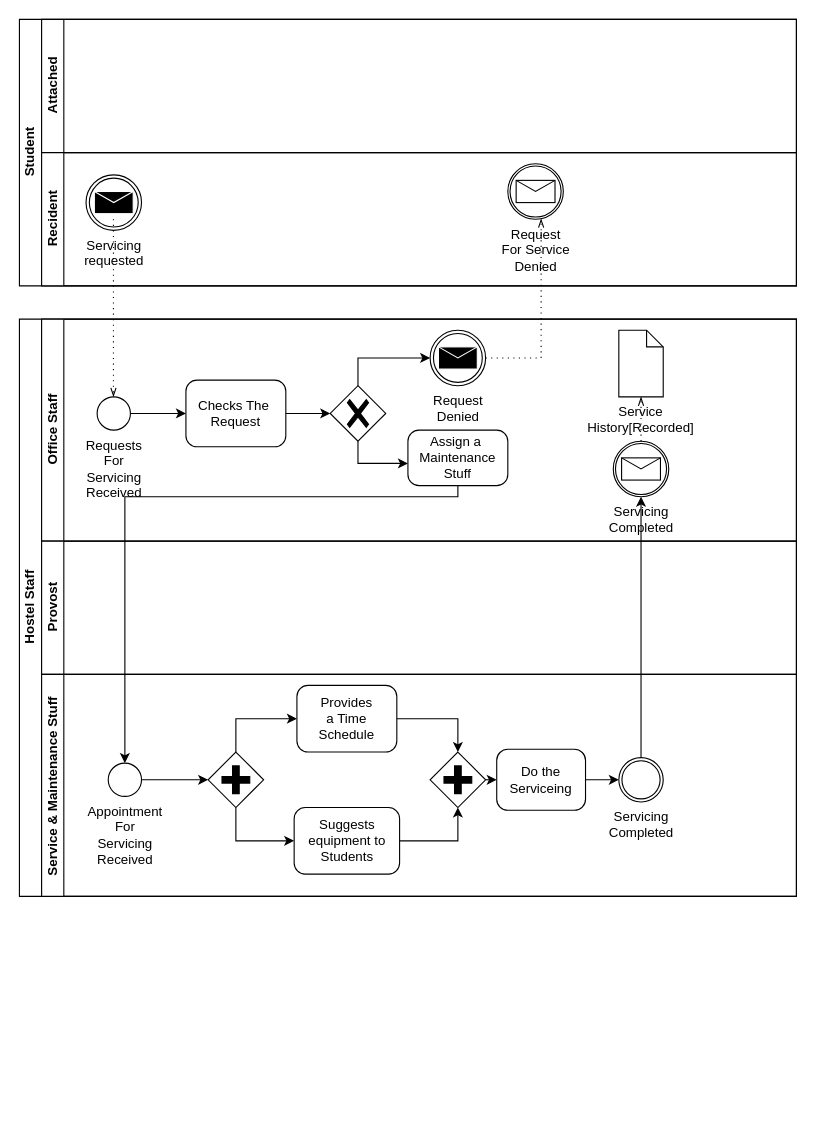
Before: page "Page-1" (1 of 3) of BPMN/BPMN_B1_4.drawio in Noman1705088/CSE-326, a draw.io diagram. Source tidied: cells renumbered, new cells numbered last; positions are measured from the earlier drawing's top-left corner, leaving out a move shared by most shapes. Both pictures are drawn from the tidied source at 111%, with x=0, y=0 at pixel (19, 19).
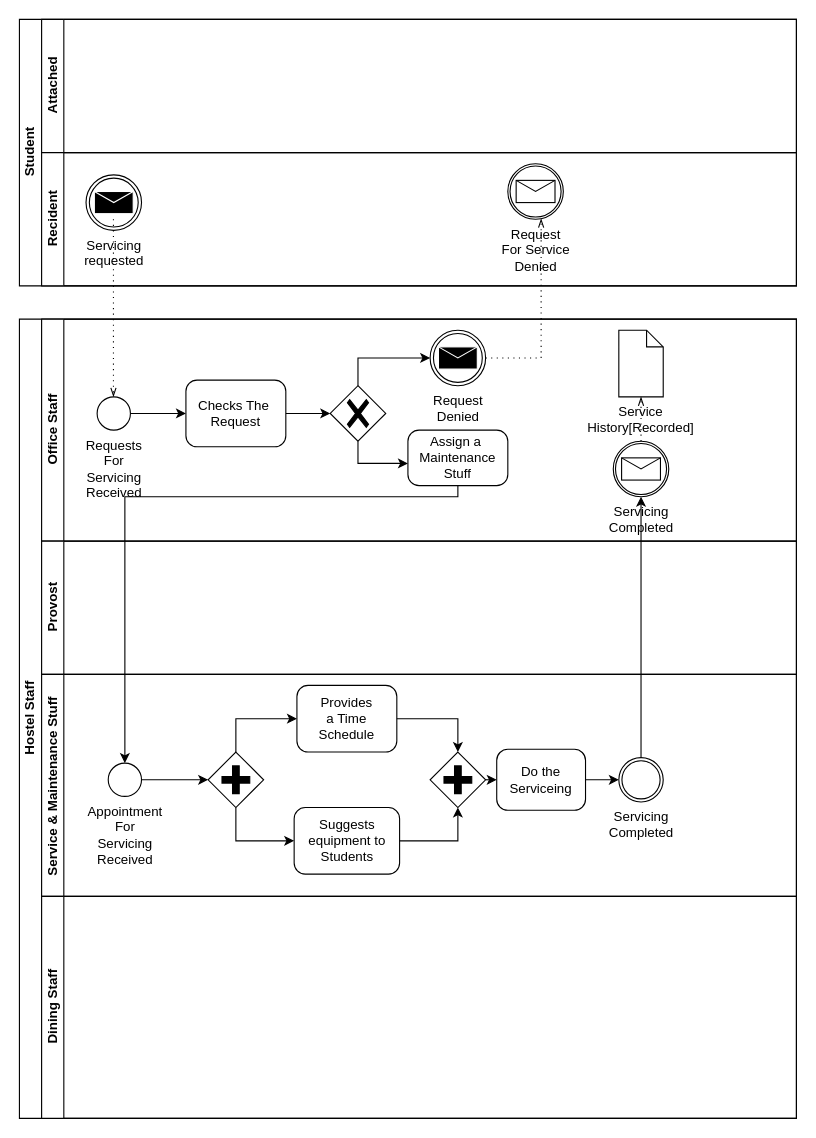
Above is the later version.

Commit message:
BPMN: Dining Management Added

What changed in the source:
```diff
@@
     <mxCell id="7" value="Hostel Staff" style="swimlane;html=1;horizontal=0;startSize=20;" parent="1" vertex="1">
-      <mxGeometry y="270" width="700" height="520" as="geometry" />
+      <mxGeometry y="270" width="700" height="720" as="geometry" />
     </mxCell>
@@
+    <mxCell id="41" value="Dining Staff" style="swimlane;html=1;startSize=20;horizontal=0;" parent="7" vertex="1">
+      <mxGeometry x="20" y="520" width="680" height="200" as="geometry" />
+    </mxCell>
```
